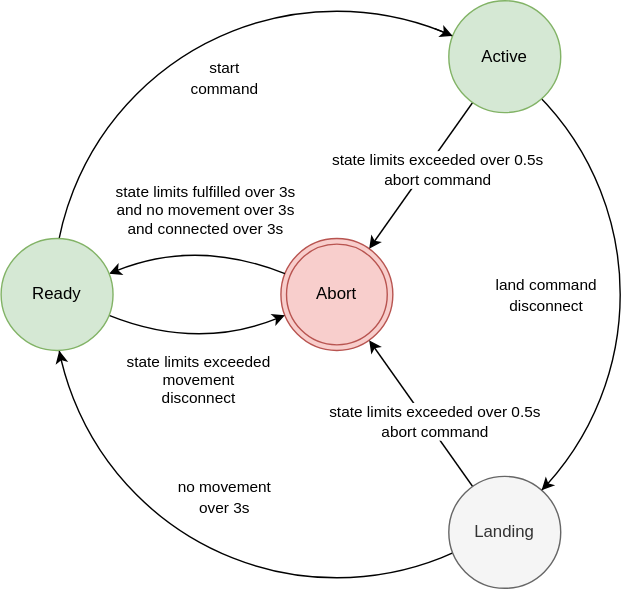
The draw.io diagram docs/state_machine.drawio.svg in Eryk-Mozdzen/uav-tvc-goose, before a commit. Source tidied: cells renumbered, new cells last; positions are measured from the earlier drawing's top-left corner, leaving out a move shared by most shapes.
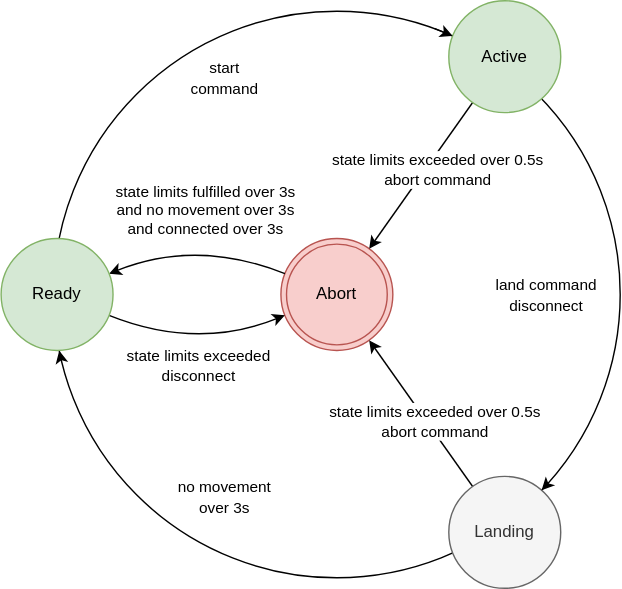
Later version of the same file.

Commit message:
update state machine

Change to the diagram source:
```diff
@@ -27,9 +27,9 @@
         </Array>
       </mxGeometry>
     </mxCell>
-    <mxCell id="7" value="state limits exceeded&lt;br&gt;movement&lt;br&gt;disconnect" style="edgeLabel;html=1;align=center;verticalAlign=middle;labelBackgroundColor=none;" parent="6" vertex="1">
+    <mxCell id="7" value="state limits exceeded&lt;br&gt;disconnect" style="edgeLabel;html=1;align=center;verticalAlign=middle;labelBackgroundColor=none;" parent="6" vertex="1">
       <mxGeometry x="-0.1" y="-1" relative="1" as="geometry">
-        <mxPoint x="7" y="22" as="offset" />
+        <mxPoint x="7" y="12" as="offset" />
       </mxGeometry>
     </mxCell>
     <mxCell id="8" value="Ready" style="ellipse;whiteSpace=wrap;html=1;labelBackgroundColor=none;fillStyle=auto;fillColor=#d5e8d4;strokeColor=#82b366;" parent="1" vertex="1">
```
